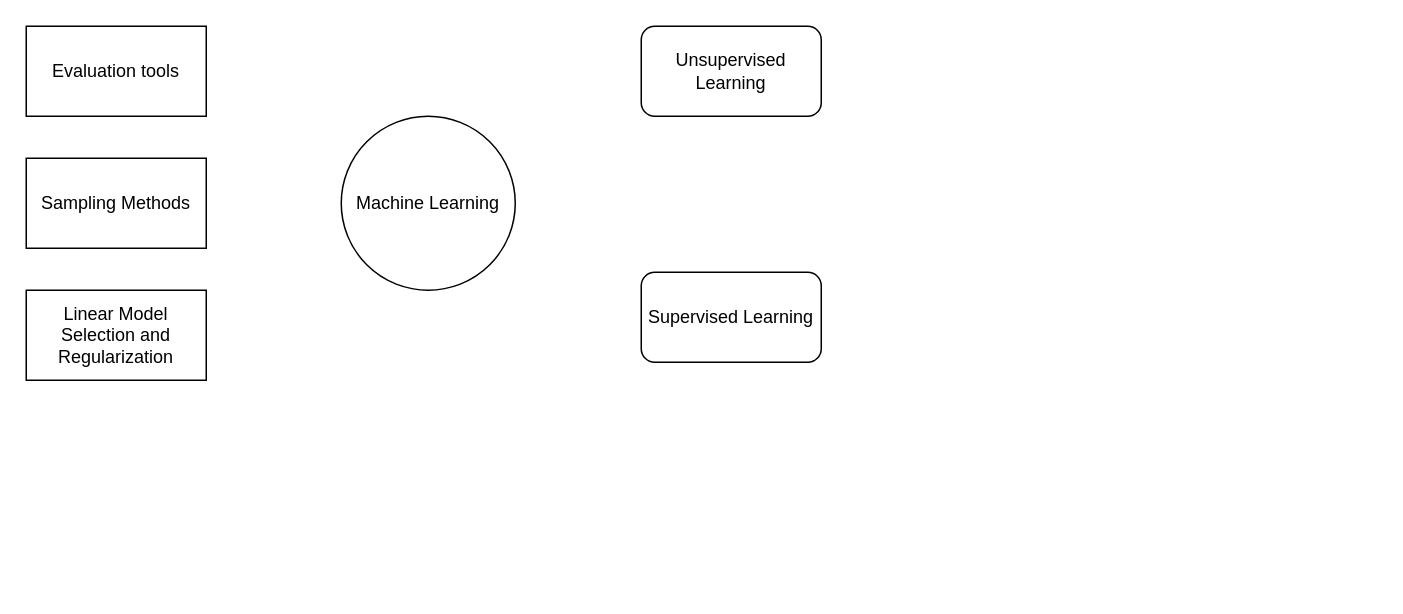
The draw.io diagram MLmindMap.drawio in gitony0101/X4DS, before the edit. Source tidied: cells renumbered, new cells numbered last; positions are measured from the earlier drawing's top-left corner, leaving out a move shared by most shapes. Both pictures are drawn from the tidied source at 150%, with x=0, y=0 at pixel (26, 26).
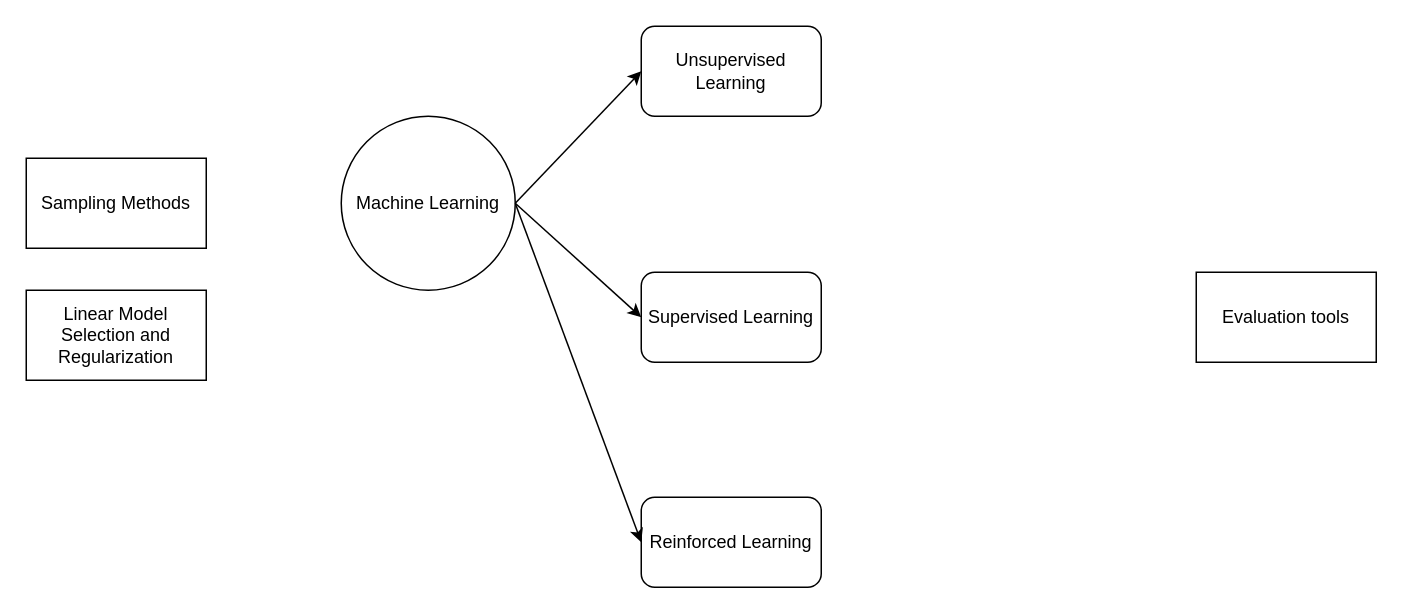
The same page after the edit.

The edit, as a diff of the source:
```diff
@@
 <mxGraphModel>
   <root>
     <mxCell id="0" />
     <mxCell id="1" parent="0" />
     <mxCell id="2" value="Unsupervised Learning" style="rounded=1;whiteSpace=wrap;html=1;" parent="1" vertex="1">
       <mxGeometry x="410" width="120" height="60" as="geometry" />
     </mxCell>
     <mxCell id="3" value="Supervised Learning" style="rounded=1;whiteSpace=wrap;html=1;" parent="1" vertex="1">
       <mxGeometry x="410" y="164" width="120" height="60" as="geometry" />
     </mxCell>
     <mxCell id="4" value="Evaluation tools" style="whiteSpace=wrap;html=1;" parent="1" vertex="1">
-      <mxGeometry width="120" height="60" as="geometry" />
+      <mxGeometry x="780" y="164" width="120" height="60" as="geometry" />
     </mxCell>
     <mxCell id="5" value="Sampling Methods" style="rounded=0;whiteSpace=wrap;html=1;" parent="1" vertex="1">
       <mxGeometry y="88" width="120" height="60" as="geometry" />
     </mxCell>
     <mxCell id="6" value="Linear Model Selection and Regularization" style="rounded=0;whiteSpace=wrap;html=1;" parent="1" vertex="1">
       <mxGeometry y="176" width="120" height="60" as="geometry" />
     </mxCell>
     <mxCell id="7" value="&lt;span&gt;Machine Learning&lt;/span&gt;" style="ellipse;whiteSpace=wrap;html=1;" parent="1" vertex="1">
       <mxGeometry x="210" y="60" width="116" height="116" as="geometry" />
     </mxCell>
+    <mxCell id="8" style="endArrow=classic;html=1;rounded=0;exitX=1;exitY=0.5;exitDx=0;exitDy=0;entryX=0;entryY=0.5;entryDx=0;entryDy=0;" parent="1" edge="1" source="7" target="2">
+      <mxGeometry relative="1" as="geometry" />
+    </mxCell>
+    <mxCell id="9" style="endArrow=classic;html=1;rounded=0;entryX=0;entryY=0.5;entryDx=0;entryDy=0;exitX=1;exitY=0.5;exitDx=0;exitDy=0;" parent="1" edge="1" source="7" target="3">
+      <mxGeometry relative="1" as="geometry" />
+    </mxCell>
+    <mxCell id="10" value="Reinforced Learning" style="rounded=1;whiteSpace=wrap;html=1;" parent="1" vertex="1">
+      <mxGeometry x="410" y="314" width="120" height="60" as="geometry" />
+    </mxCell>
+    <mxCell id="11" style="endArrow=classic;html=1;rounded=0;exitX=1;exitY=0.5;exitDx=0;exitDy=0;entryX=0;entryY=0.5;entryDx=0;entryDy=0;" parent="1" edge="1" source="7" target="10">
+      <mxGeometry relative="1" as="geometry" />
+    </mxCell>
   </root>
 </mxGraphModel>
```
